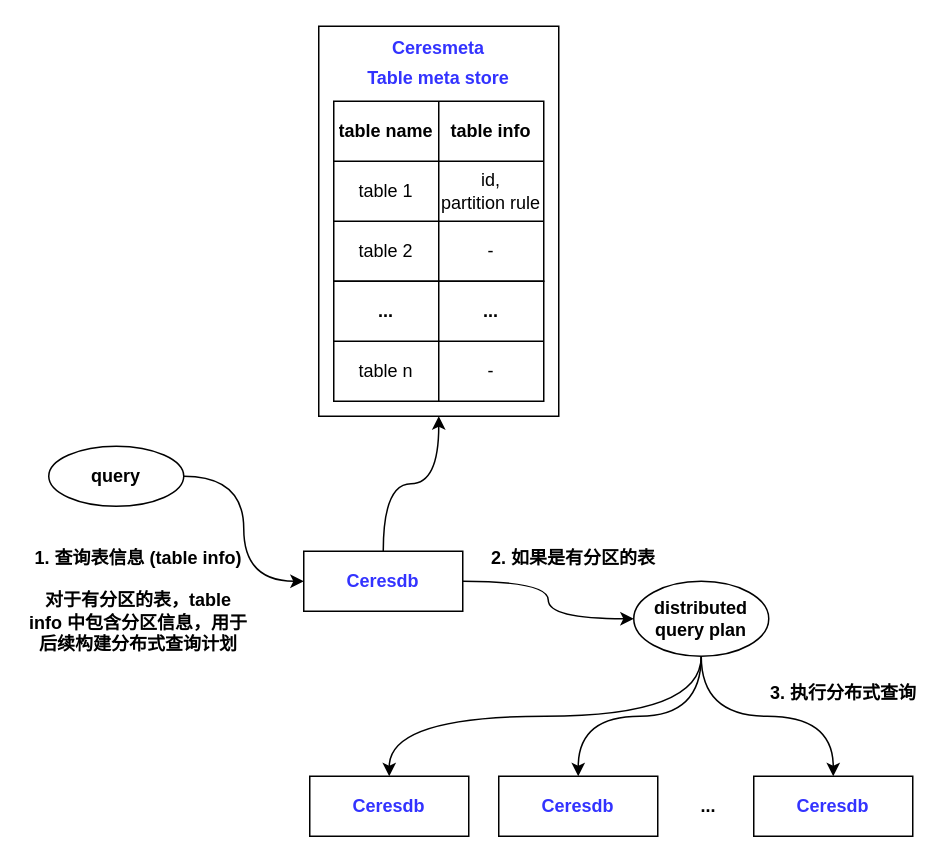
The draw.io diagram table-partition.drawio in Rachelint/drawio-store, before the edit. Source tidied: cells renumbered, new cells numbered last; positions are measured from the earlier drawing's top-left corner, leaving out a move shared by most shapes. Both pictures are drawn from the tidied source at 150%, with x=0, y=0 at pixel (26, 26).
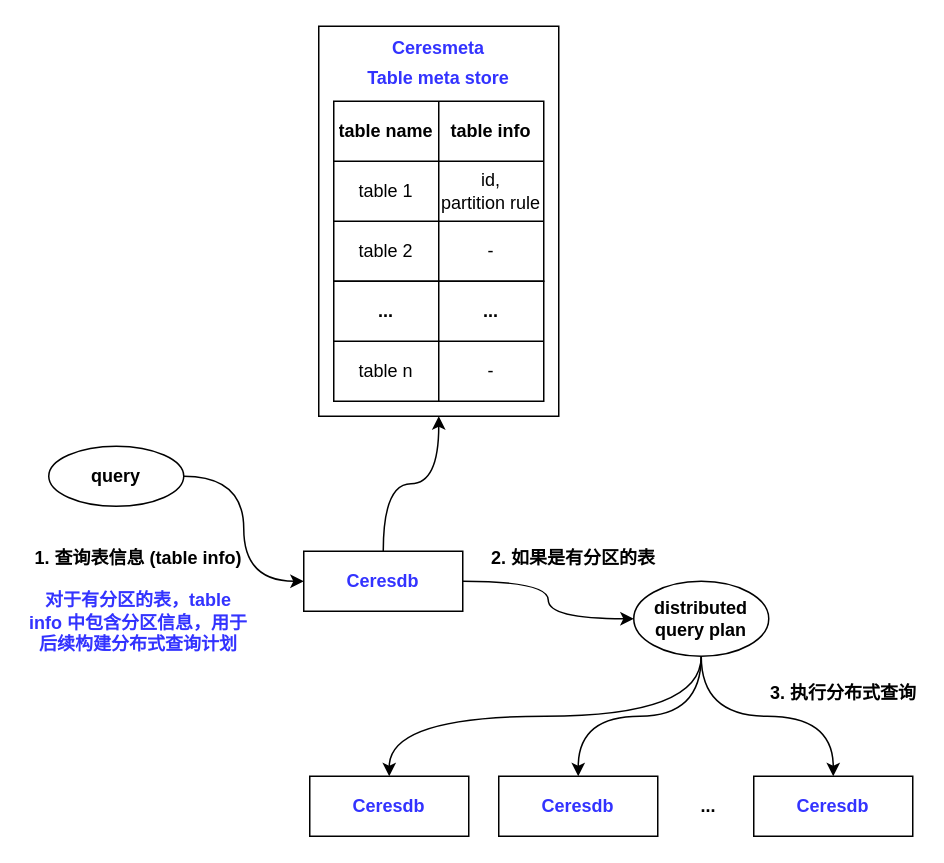
After the change.

Change to the diagram source:
```diff
@@
-    <mxCell id="27" value="&lt;div&gt;&lt;b&gt;1. 查询表信息 (table info)&lt;br&gt;&lt;/b&gt;&lt;/div&gt;&lt;div&gt;&lt;b&gt;&lt;br&gt;&lt;/b&gt;&lt;/div&gt;&lt;div&gt;&lt;b&gt;对于有分区的表，table info 中包含分区信息，用于后续构建分布式查询计划 &lt;br&gt;&lt;/b&gt;&lt;/div&gt;" style="text;html=1;strokeColor=none;fillColor=none;align=center;verticalAlign=middle;whiteSpace=wrap;rounded=0;" parent="1" vertex="1">
+    <mxCell id="27" value="&lt;div&gt;&lt;b&gt;1. 查询表信息 (table info)&lt;br&gt;&lt;/b&gt;&lt;/div&gt;&lt;div&gt;&lt;b&gt;&lt;br&gt;&lt;/b&gt;&lt;/div&gt;&lt;div&gt;&lt;b&gt;&lt;font color=&quot;#3333ff&quot;&gt;对于有分区的表，table info 中包含分区信息，用于后续构建分布式查询计划&lt;/font&gt; &lt;br&gt;&lt;/b&gt;&lt;/div&gt;" style="text;html=1;strokeColor=none;fillColor=none;align=center;verticalAlign=middle;whiteSpace=wrap;rounded=0;" parent="1" vertex="1">
       <mxGeometry y="368" width="150" height="30" as="geometry" />
     </mxCell>
```
